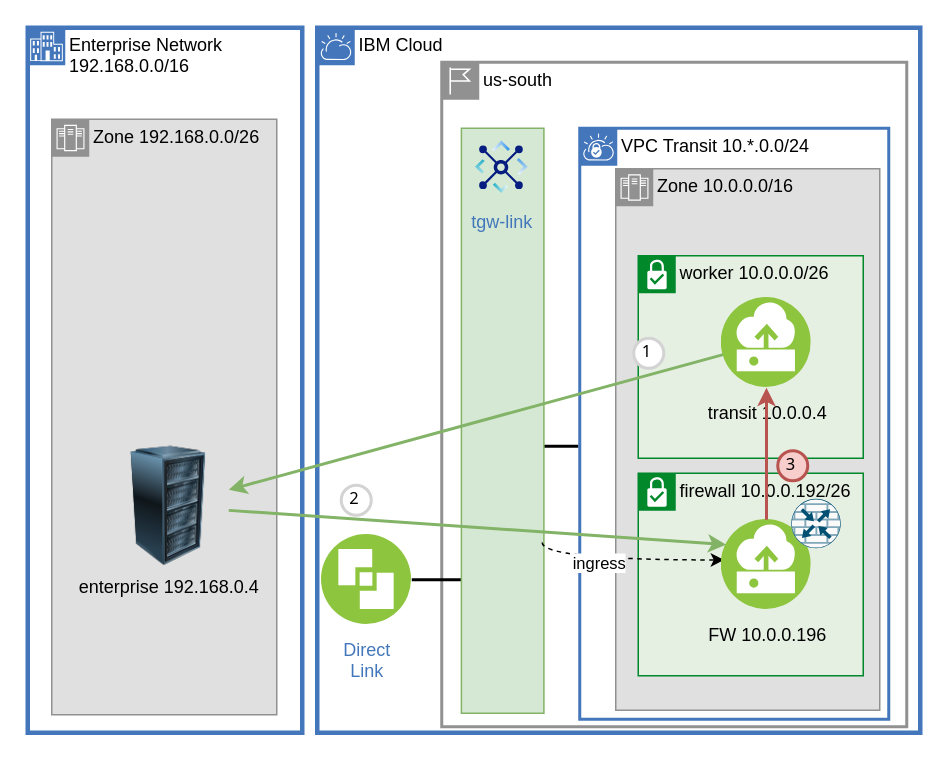
ibm-cloud-docs/solution-tutorials keeps this draw.io diagram as page "routing" (4 of 12) of diagrams/vpc-transit.drawio. Above is the earlier version. Source tidied: cells renumbered, new cells numbered last; positions are measured from the earlier drawing's top-left corner, leaving out a move shared by most shapes. Both pictures are drawn from the tidied source at 150%, with x=0, y=0 at pixel (27, 27).
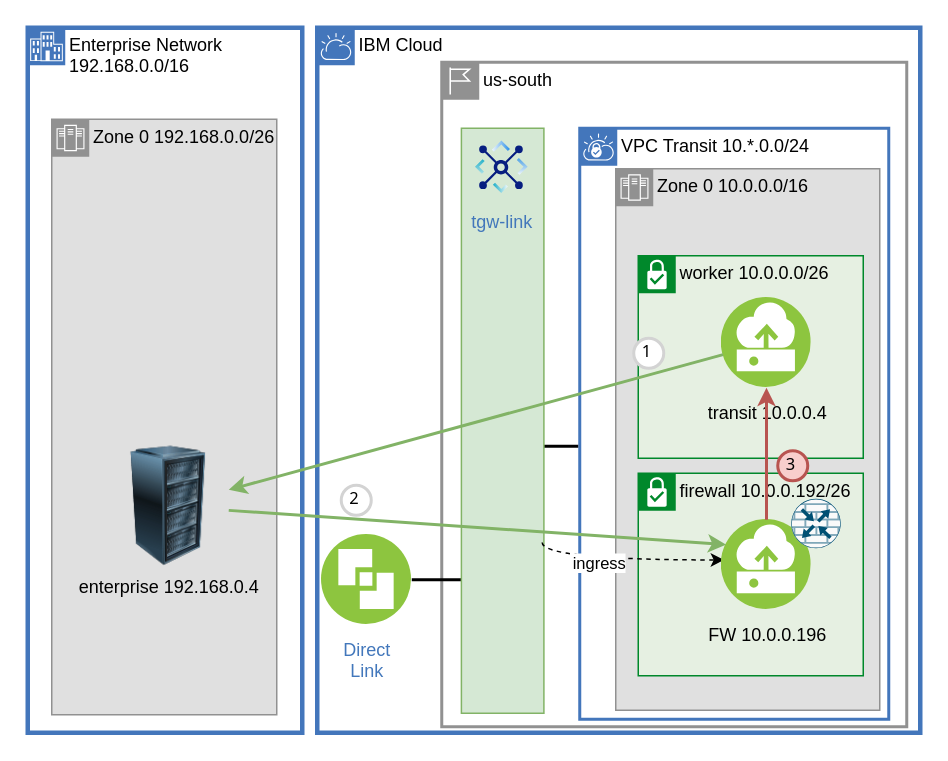
The same page after the edit.

What changed in the source:
```diff
@@
-    <mxCell id="5" value="Zone 10.0.0.0/16&lt;br&gt;&amp;nbsp; &amp;nbsp; &amp;nbsp; &amp;nbsp; &amp;nbsp;" style="shape=mxgraph.ibm.box;prType=zone;fontStyle=0;verticalAlign=top;align=left;spacingLeft=32;spacingTop=4;fillColor=#E0E0E0;rounded=0;whiteSpace=wrap;html=1;strokeColor=#919191;strokeWidth=1;dashed=0;spacing=-4;" parent="1" vertex="1">
+    <mxCell id="5" value="Zone 0 10.0.0.0/16&lt;br&gt;&amp;nbsp; &amp;nbsp; &amp;nbsp; &amp;nbsp; &amp;nbsp;" style="shape=mxgraph.ibm.box;prType=zone;fontStyle=0;verticalAlign=top;align=left;spacingLeft=32;spacingTop=4;fillColor=#E0E0E0;rounded=0;whiteSpace=wrap;html=1;strokeColor=#919191;strokeWidth=1;dashed=0;spacing=-4;" parent="1" vertex="1">
       <mxGeometry x="392" y="94" width="176" height="361" as="geometry" />
     </mxCell>
@@
-    <mxCell id="8" value="Zone 192.168.0.0/26" style="shape=mxgraph.ibm.box;prType=zone;fontStyle=0;verticalAlign=top;align=left;spacingLeft=32;spacingTop=4;fillColor=#E0E0E0;rounded=0;whiteSpace=wrap;html=1;strokeColor=#919191;strokeWidth=1;dashed=0;spacing=-4;" parent="1" vertex="1">
+    <mxCell id="8" value="Zone 0 192.168.0.0/26" style="shape=mxgraph.ibm.box;prType=zone;fontStyle=0;verticalAlign=top;align=left;spacingLeft=32;spacingTop=4;fillColor=#E0E0E0;rounded=0;whiteSpace=wrap;html=1;strokeColor=#919191;strokeWidth=1;dashed=0;spacing=-4;" parent="1" vertex="1">
       <mxGeometry x="16" y="61" width="150" height="397" as="geometry" />
     </mxCell>
```
